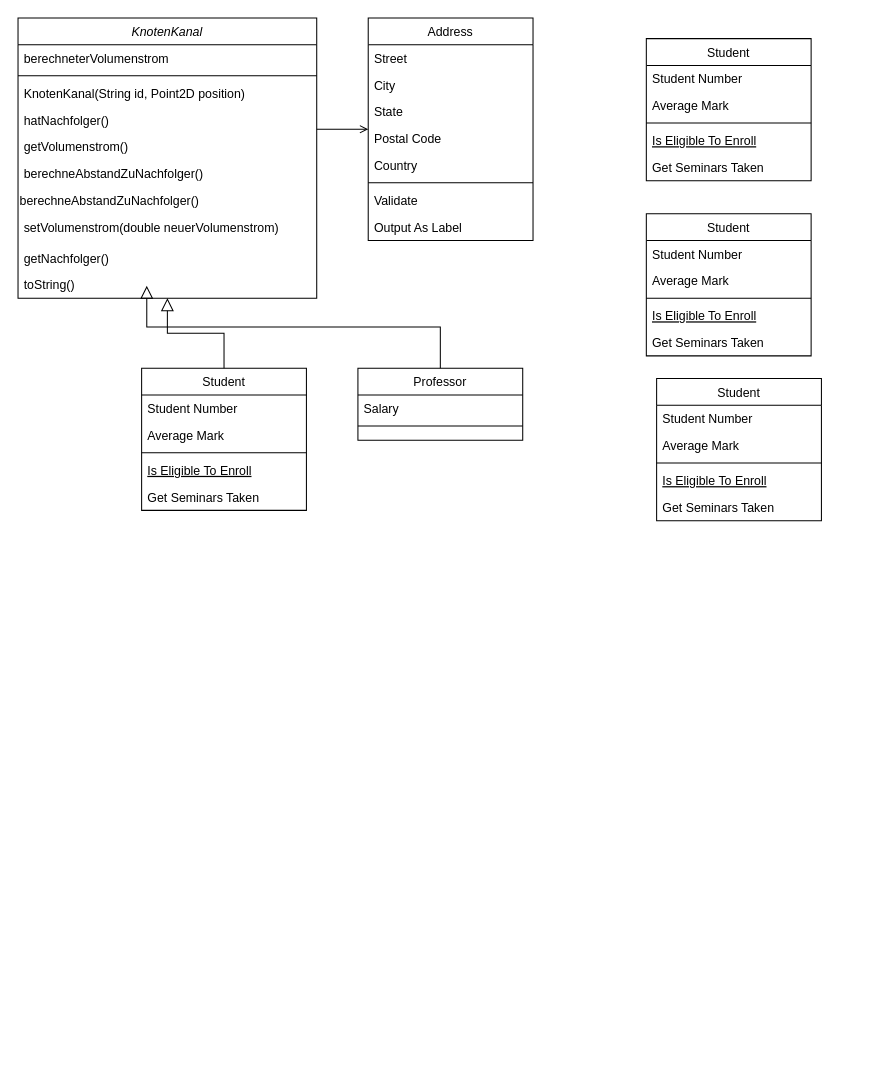
Above: Untitled Diagram.drawio in shobi1319/UML-class-diagram (draw.io), before the change. Source tidied: cells renumbered, new cells numbered last; positions are measured from the earlier drawing's top-left corner, leaving out a move shared by most shapes. Both pictures are drawn from the tidied source at 103%, with x=0, y=0 at pixel (18, 18).
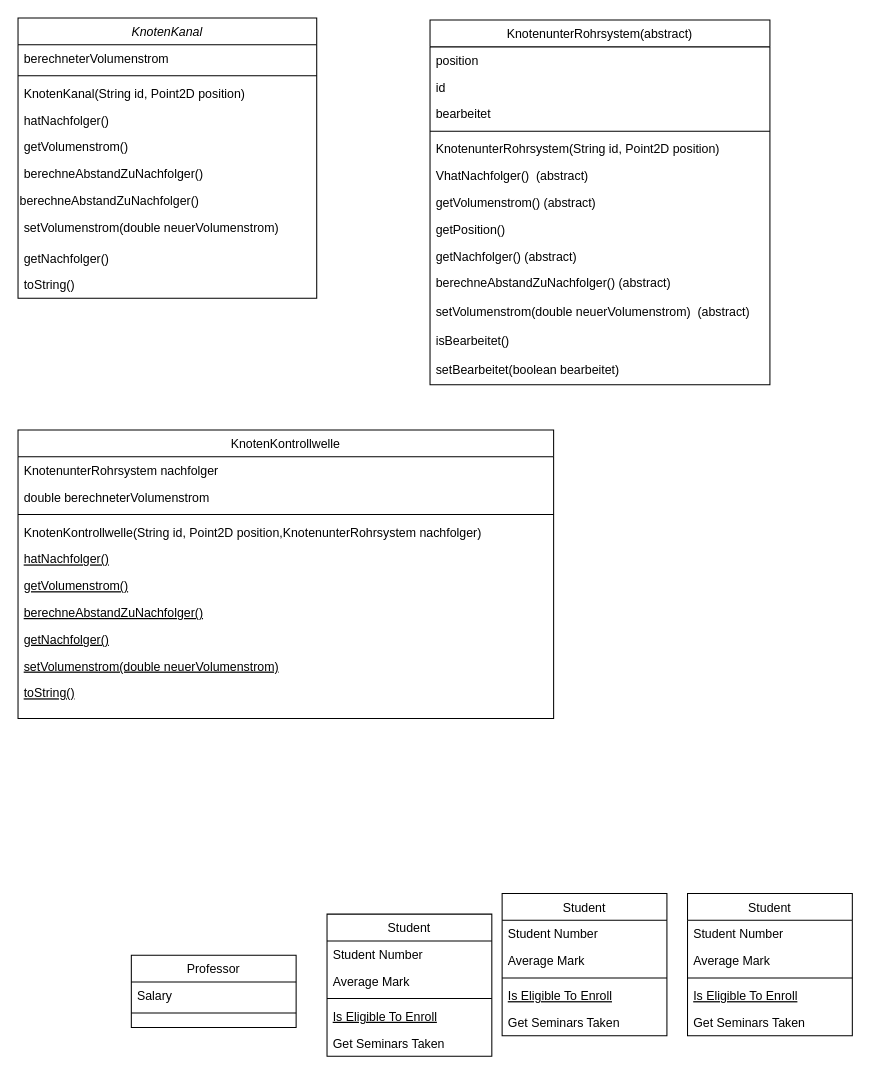
Above is the later version.

Unchanged cells that the change refers to:
```xml
<mxCell id="2" value="KnotenKanal" style="swimlane;fontStyle=2;align=center;verticalAlign=top;horizontal=1;startSize=26;rounded=0;shadow=0;strokeWidth=1;" parent="1" vertex="1">
  <mxGeometry width="290" height="272" as="geometry" />
</mxCell>
```

Change to the diagram source:
```diff
@@
-    <mxCell id="13" value="Student" style="swimlane;fontStyle=0;align=center;verticalAlign=top;horizontal=1;startSize=26;rounded=0;shadow=0;strokeWidth=1;" parent="1" vertex="1">
-      <mxGeometry x="120" y="340" width="160" height="138" as="geometry" />
+    <mxCell id="13" value="KnotenKontrollwelle" style="swimlane;fontStyle=0;align=center;verticalAlign=top;horizontal=1;startSize=26;rounded=0;shadow=0;strokeWidth=1;" parent="1" vertex="1">
+      <mxGeometry y="400" width="520" height="280" as="geometry" />
     </mxCell>
-    <mxCell id="14" value="Student Number" style="text;align=left;verticalAlign=top;spacingLeft=4;spacingRight=4;overflow=hidden;" parent="13" vertex="1">
-      <mxGeometry y="26" width="160" height="26" as="geometry" />
+    <mxCell id="14" value="KnotenunterRohrsystem nachfolger" style="text;align=left;verticalAlign=top;spacingLeft=4;spacingRight=4;overflow=hidden;" parent="13" vertex="1">
+      <mxGeometry y="26" width="520" height="26" as="geometry" />
     </mxCell>
-    <mxCell id="15" value="Average Mark" style="text;align=left;verticalAlign=top;spacingLeft=4;spacingRight=4;overflow=hidden;rounded=0;shadow=0;html=0;" parent="13" vertex="1">
-      <mxGeometry y="52" width="160" height="26" as="geometry" />
+    <mxCell id="15" value="double berechneterVolumenstrom" style="text;align=left;verticalAlign=top;spacingLeft=4;spacingRight=4;overflow=hidden;rounded=0;shadow=0;html=0;" parent="13" vertex="1">
+      <mxGeometry y="52" width="520" height="26" as="geometry" />
     </mxCell>
     <mxCell id="16" style="line;html=1;strokeWidth=1;align=left;verticalAlign=middle;spacingTop=-1;spacingLeft=3;spacingRight=3;labelPosition=right;" parent="13" vertex="1">
-      <mxGeometry y="78" width="160" height="8" as="geometry" />
+      <mxGeometry y="78" width="520" height="8" as="geometry" />
     </mxCell>
+    <mxCell id="18" value="KnotenKontrollwelle(String id, Point2D position,KnotenunterRohrsystem nachfolger)" style="text;align=left;verticalAlign=top;spacingLeft=4;spacingRight=4;overflow=hidden;" parent="13" vertex="1">
+      <mxGeometry y="86" width="520" height="26" as="geometry" />
+    </mxCell>
-    <mxCell id="17" value="Is Eligible To Enroll" style="text;align=left;verticalAlign=top;spacingLeft=4;spacingRight=4;overflow=hidden;fontStyle=4;" parent="13" vertex="1">
-      <mxGeometry y="86" width="160" height="26" as="geometry" />
+    <mxCell id="17" value="hatNachfolger()" style="text;align=left;verticalAlign=top;spacingLeft=4;spacingRight=4;overflow=hidden;fontStyle=4;" parent="13" vertex="1">
+      <mxGeometry y="112" width="520" height="26" as="geometry" />
     </mxCell>
-    <mxCell id="18" value="Get Seminars Taken" style="text;align=left;verticalAlign=top;spacingLeft=4;spacingRight=4;overflow=hidden;" parent="13" vertex="1">
-      <mxGeometry y="112" width="160" height="26" as="geometry" />
-    </mxCell>
-    <mxCell id="19" style="endArrow=block;endSize=10;endFill=0;shadow=0;strokeWidth=1;rounded=0;edgeStyle=elbowEdgeStyle;elbow=vertical;" parent="1" edge="1" source="13" target="2">
-      <mxGeometry relative="1" as="geometry" />
-    </mxCell>
+    <mxCell id="52" value="getVolumenstrom()" style="text;align=left;verticalAlign=top;spacingLeft=4;spacingRight=4;overflow=hidden;fontStyle=4;" parent="13" vertex="1">
+      <mxGeometry y="138" width="520" height="26" as="geometry" />
+    </mxCell>
+    <mxCell id="53" value="berechneAbstandZuNachfolger()" style="text;align=left;verticalAlign=top;spacingLeft=4;spacingRight=4;overflow=hidden;fontStyle=4;" parent="13" vertex="1">
+      <mxGeometry y="164" width="520" height="26" as="geometry" />
+    </mxCell>
+    <mxCell id="54" value="getNachfolger()" style="text;align=left;verticalAlign=top;spacingLeft=4;spacingRight=4;overflow=hidden;fontStyle=4;" parent="13" vertex="1">
+      <mxGeometry y="190" width="520" height="26" as="geometry" />
+    </mxCell>
+    <mxCell id="55" value="setVolumenstrom(double neuerVolumenstrom)" style="text;align=left;verticalAlign=top;spacingLeft=4;spacingRight=4;overflow=hidden;fontStyle=4;" parent="13" vertex="1">
+      <mxGeometry y="216" width="520" height="26" as="geometry" />
+    </mxCell>
+    <mxCell id="56" value="toString()" style="text;align=left;verticalAlign=top;spacingLeft=4;spacingRight=4;overflow=hidden;fontStyle=4;" parent="13" vertex="1">
+      <mxGeometry y="242" width="520" height="26" as="geometry" />
+    </mxCell>
     <mxCell id="20" value="Professor" style="swimlane;fontStyle=0;align=center;verticalAlign=top;horizontal=1;startSize=26;rounded=0;shadow=0;strokeWidth=1;" parent="1" vertex="1">
-      <mxGeometry x="330" y="340" width="160" height="70" as="geometry" />
+      <mxGeometry x="110" y="910" width="160" height="70" as="geometry" />
     </mxCell>
@@
-    <mxCell id="23" style="endArrow=block;endSize=10;endFill=0;shadow=0;strokeWidth=1;rounded=0;edgeStyle=elbowEdgeStyle;elbow=vertical;" parent="1" edge="1" source="20">
-      <mxGeometry relative="1" as="geometry">
-        <mxPoint x="125" y="260" as="targetPoint" />
-      </mxGeometry>
-    </mxCell>
-    <mxCell id="24" value="Address" style="swimlane;fontStyle=0;align=center;verticalAlign=top;horizontal=1;startSize=26;rounded=0;shadow=0;strokeWidth=1;" parent="1" vertex="1">
-      <mxGeometry x="340" width="160" height="216" as="geometry" />
+    <mxCell id="24" value="KnotenunterRohrsystem(abstract)" style="swimlane;fontStyle=0;align=center;verticalAlign=top;horizontal=1;startSize=26;rounded=0;shadow=0;strokeWidth=1;" parent="1" vertex="1">
+      <mxGeometry x="400" y="2" width="330" height="354" as="geometry" />
     </mxCell>
-    <mxCell id="25" value="Street" style="text;align=left;verticalAlign=top;spacingLeft=4;spacingRight=4;overflow=hidden;" parent="24" vertex="1">
-      <mxGeometry y="26" width="160" height="26" as="geometry" />
+    <mxCell id="25" value="position" style="text;align=left;verticalAlign=top;spacingLeft=4;spacingRight=4;overflow=hidden;" parent="24" vertex="1">
+      <mxGeometry y="26" width="330" height="26" as="geometry" />
     </mxCell>
-    <mxCell id="26" value="City" style="text;align=left;verticalAlign=top;spacingLeft=4;spacingRight=4;overflow=hidden;rounded=0;shadow=0;html=0;" parent="24" vertex="1">
-      <mxGeometry y="52" width="160" height="26" as="geometry" />
+    <mxCell id="26" value="id" style="text;align=left;verticalAlign=top;spacingLeft=4;spacingRight=4;overflow=hidden;rounded=0;shadow=0;html=0;" parent="24" vertex="1">
+      <mxGeometry y="52" width="330" height="26" as="geometry" />
     </mxCell>
-    <mxCell id="27" value="State" style="text;align=left;verticalAlign=top;spacingLeft=4;spacingRight=4;overflow=hidden;rounded=0;shadow=0;html=0;" parent="24" vertex="1">
-      <mxGeometry y="78" width="160" height="26" as="geometry" />
+    <mxCell id="27" value="bearbeitet" style="text;align=left;verticalAlign=top;spacingLeft=4;spacingRight=4;overflow=hidden;rounded=0;shadow=0;html=0;" parent="24" vertex="1">
+      <mxGeometry y="78" width="330" height="26" as="geometry" />
     </mxCell>
+    <mxCell id="30" style="line;html=1;strokeWidth=1;align=left;verticalAlign=middle;spacingTop=-1;spacingLeft=3;spacingRight=3;labelPosition=right;" parent="24" vertex="1">
+      <mxGeometry y="104" width="330" height="8" as="geometry" />
+    </mxCell>
-    <mxCell id="28" value="Postal Code" style="text;align=left;verticalAlign=top;spacingLeft=4;spacingRight=4;overflow=hidden;rounded=0;shadow=0;html=0;" parent="24" vertex="1">
-      <mxGeometry y="104" width="160" height="26" as="geometry" />
+    <mxCell id="28" value="KnotenunterRohrsystem(String id, Point2D position)" style="text;align=left;verticalAlign=top;spacingLeft=4;spacingRight=4;overflow=hidden;rounded=0;shadow=0;html=0;" parent="24" vertex="1">
+      <mxGeometry y="112" width="330" height="26" as="geometry" />
     </mxCell>
-    <mxCell id="29" value="Country" style="text;align=left;verticalAlign=top;spacingLeft=4;spacingRight=4;overflow=hidden;rounded=0;shadow=0;html=0;" parent="24" vertex="1">
-      <mxGeometry y="130" width="160" height="26" as="geometry" />
+    <mxCell id="29" value="VhatNachfolger()  (abstract)" style="text;align=left;verticalAlign=top;spacingLeft=4;spacingRight=4;overflow=hidden;rounded=0;shadow=0;html=0;" parent="24" vertex="1">
+      <mxGeometry y="138" width="330" height="26" as="geometry" />
     </mxCell>
-    <mxCell id="30" style="line;html=1;strokeWidth=1;align=left;verticalAlign=middle;spacingTop=-1;spacingLeft=3;spacingRight=3;labelPosition=right;" parent="24" vertex="1">
-      <mxGeometry y="156" width="160" height="8" as="geometry" />
-    </mxCell>
-    <mxCell id="31" value="Validate" style="text;align=left;verticalAlign=top;spacingLeft=4;spacingRight=4;overflow=hidden;" parent="24" vertex="1">
-      <mxGeometry y="164" width="160" height="26" as="geometry" />
+    <mxCell id="31" value="getVolumenstrom() (abstract)" style="text;align=left;verticalAlign=top;spacingLeft=4;spacingRight=4;overflow=hidden;" parent="24" vertex="1">
+      <mxGeometry y="164" width="330" height="26" as="geometry" />
     </mxCell>
-    <mxCell id="32" value="Output As Label" style="text;align=left;verticalAlign=top;spacingLeft=4;spacingRight=4;overflow=hidden;" parent="24" vertex="1">
-      <mxGeometry y="190" width="160" height="26" as="geometry" />
+    <mxCell id="32" value="getPosition()" style="text;align=left;verticalAlign=top;spacingLeft=4;spacingRight=4;overflow=hidden;" parent="24" vertex="1">
+      <mxGeometry y="190" width="330" height="26" as="geometry" />
     </mxCell>
-    <mxCell id="33" style="endArrow=open;shadow=0;strokeWidth=1;rounded=0;endFill=1;edgeStyle=elbowEdgeStyle;elbow=vertical;" parent="1" edge="1" source="2" target="24">
-      <mxGeometry x="0.5" y="41" relative="1" as="geometry">
-        <mxPoint x="-40" y="32" as="offset" />
-      </mxGeometry>
-    </mxCell>
+    <mxCell id="57" value="getNachfolger() (abstract)" style="text;align=left;verticalAlign=top;spacingLeft=4;spacingRight=4;overflow=hidden;" parent="24" vertex="1">
+      <mxGeometry y="216" width="330" height="26" as="geometry" />
+    </mxCell>
+    <mxCell id="58" value="berechneAbstandZuNachfolger() (abstract)" style="text;align=left;verticalAlign=top;spacingLeft=4;spacingRight=4;overflow=hidden;" parent="24" vertex="1">
+      <mxGeometry y="242" width="330" height="28" as="geometry" />
+    </mxCell>
+    <mxCell id="59" value="setVolumenstrom(double neuerVolumenstrom)  (abstract)" style="text;align=left;verticalAlign=top;spacingLeft=4;spacingRight=4;overflow=hidden;" parent="24" vertex="1">
+      <mxGeometry y="270" width="330" height="28" as="geometry" />
+    </mxCell>
+    <mxCell id="60" value="isBearbeitet()" style="text;align=left;verticalAlign=top;spacingLeft=4;spacingRight=4;overflow=hidden;" parent="24" vertex="1">
+      <mxGeometry y="298" width="330" height="28" as="geometry" />
+    </mxCell>
+    <mxCell id="61" value="setBearbeitet(boolean bearbeitet)" style="text;align=left;verticalAlign=top;spacingLeft=4;spacingRight=4;overflow=hidden;" parent="24" vertex="1">
+      <mxGeometry y="326" width="330" height="28" as="geometry" />
+    </mxCell>
     <mxCell id="34" value="Student" style="swimlane;fontStyle=0;align=center;verticalAlign=top;horizontal=1;startSize=26;rounded=0;shadow=0;strokeWidth=1;" parent="1" vertex="1">
-      <mxGeometry x="610" y="20" width="160" height="138" as="geometry" />
+      <mxGeometry x="300" y="870" width="160" height="138" as="geometry" />
     </mxCell>
@@
     <mxCell id="40" value="Student" style="swimlane;fontStyle=0;align=center;verticalAlign=top;horizontal=1;startSize=26;rounded=0;shadow=0;strokeWidth=1;" parent="1" vertex="1">
-      <mxGeometry x="610" y="190" width="160" height="138" as="geometry" />
+      <mxGeometry x="470" y="850" width="160" height="138" as="geometry" />
     </mxCell>
@@
     <mxCell id="46" value="Student" style="swimlane;fontStyle=0;align=center;verticalAlign=top;horizontal=1;startSize=26;rounded=0;shadow=0;strokeWidth=1;" parent="1" vertex="1">
-      <mxGeometry x="620" y="350" width="160" height="138" as="geometry" />
+      <mxGeometry x="650" y="850" width="160" height="138" as="geometry" />
     </mxCell>
```
